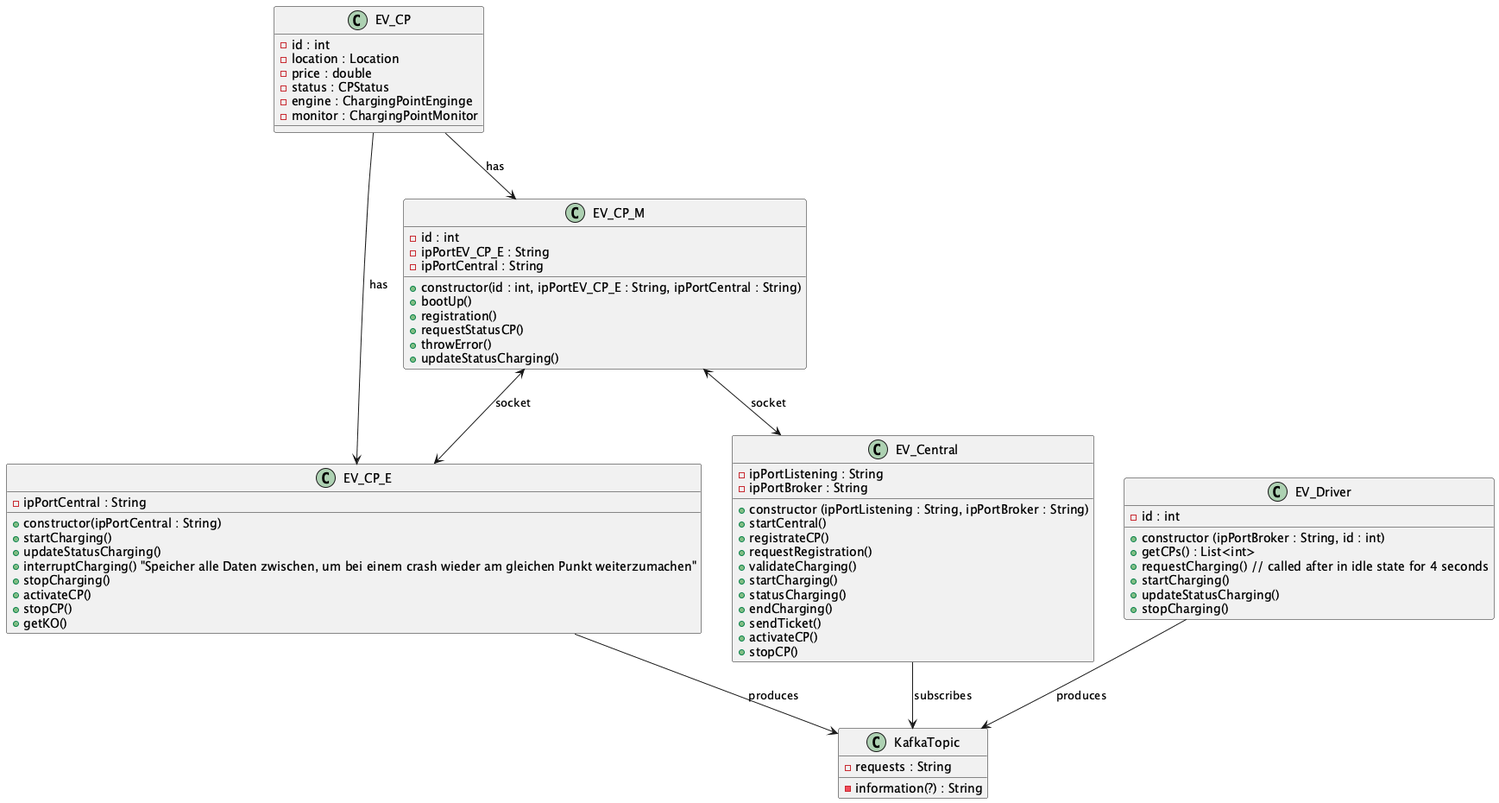
Before: kafka_2.13-4.1.0/classDiagram.png, a diagram exported from PlantUML (Jowa24/Sistemas_distribuidos).
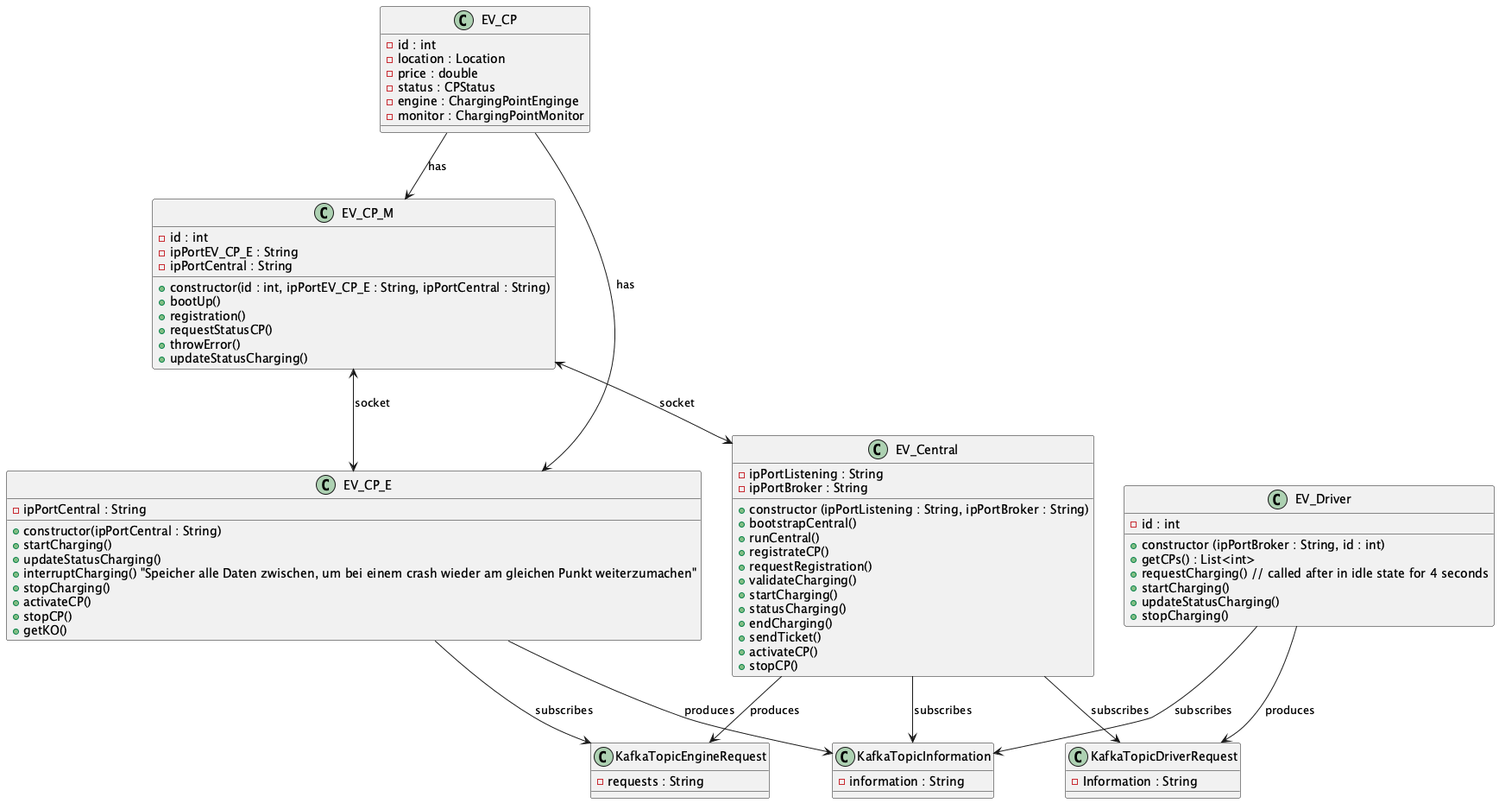
After the change.

Commit message:
update diagram more topics for communication

What changed in the source:
```diff
@@ -3,7 +3,8 @@
     - ipPortListening : String
     - ipPortBroker : String
     + constructor (ipPortListening : String, ipPortBroker : String)
-    + startCentral()
+    + bootstrapCentral()
+    + runCentral()
     + registrateCP()
     + requestRegistration()
     + validateCharging()
@@ -59,15 +60,30 @@
     + stopCharging()
 }
 
-class KafkaTopic {
+class KafkaTopicInformation {
+    - information : String
+}
+
+class KafkaTopicDriverRequest {
+    - Information : String
+}
+
+class KafkaTopicEngineRequest {
     - requests : String
-    - information(?) : String
 }
 
 
-EV_Central--> KafkaTopic : subscribes
-EV_CP_E --> KafkaTopic  : produces
-EV_Driver --> KafkaTopic : produces
+EV_Central--> KafkaTopicDriverRequest : subscribes
+EV_Driver --> KafkaTopicDriverRequest : produces
+
+EV_CP_E --> KafkaTopicEngineRequest  : subscribes
+EV_Central --> KafkaTopicEngineRequest  : produces
+
+
+EV_Central --> KafkaTopicInformation : subscribes
+EV_Driver --> KafkaTopicInformation : subscribes
+EV_CP_E --> KafkaTopicInformation : produces
+
 
 EV_CP --> EV_CP_E : has
 EV_CP --> EV_CP_M : has
```
